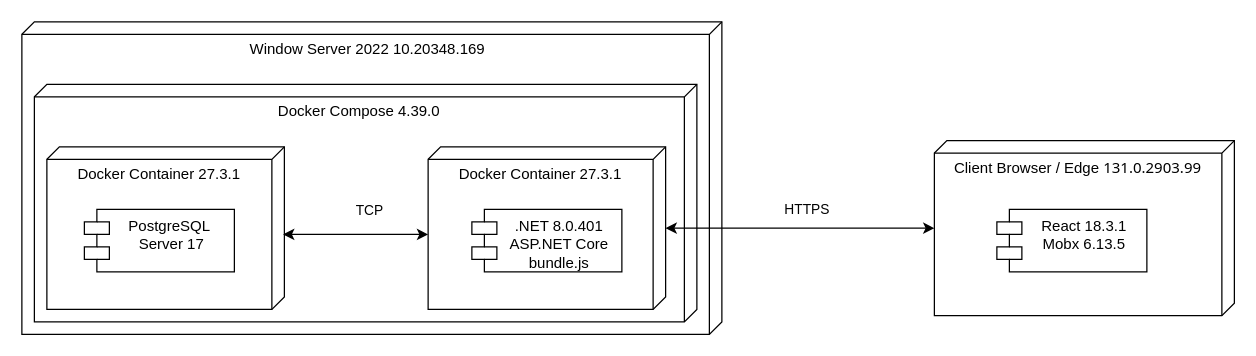
Earlier version of the draw.io diagram DEPLOY.drawio (DioMain/BYTUBE). Source tidied: cells renumbered, new cells numbered last; positions are measured from the earlier drawing's top-left corner, leaving out a move shared by most shapes. Both pictures are drawn from the tidied source at 125%, with x=0, y=0 at pixel (21, 21).
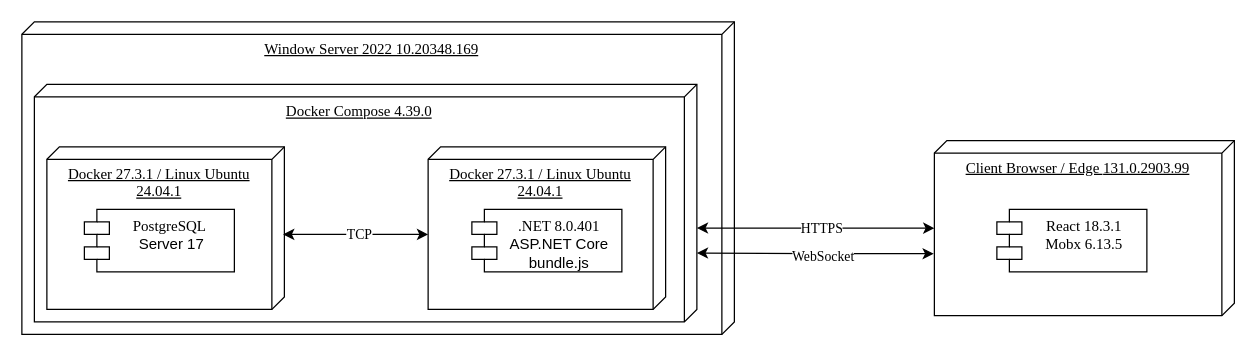
After the change.

Change to the diagram source:
```diff
@@
 <mxGraphModel>
   <root>
     <mxCell id="0" />
     <mxCell id="1" parent="0" />
-    <mxCell id="2" value="&lt;div style=&quot;&quot;&gt;&amp;nbsp;Window Server 2022 10.20348.169&lt;/div&gt;" style="verticalAlign=top;align=center;spacingTop=8;spacingLeft=2;spacingRight=12;shape=cube;size=10;direction=south;fontStyle=0;html=1;whiteSpace=wrap;" parent="1" vertex="1">
-      <mxGeometry width="560" height="250" as="geometry" />
+    <mxCell id="2" value="&lt;div style=&quot;&quot;&gt;&lt;font face=&quot;Times New Roman&quot;&gt;Window Server 2022 10.20348.169&lt;/font&gt;&lt;/div&gt;" style="verticalAlign=top;align=center;spacingTop=8;spacingLeft=2;spacingRight=12;shape=cube;size=10;direction=south;fontStyle=4;html=1;whiteSpace=wrap;" parent="1" vertex="1">
+      <mxGeometry width="570" height="250" as="geometry" />
     </mxCell>
-    <mxCell id="3" value="&lt;div style=&quot;&quot;&gt;Docker Compose 4.39.0&lt;br&gt;&lt;/div&gt;" style="verticalAlign=top;align=center;spacingTop=8;spacingLeft=2;spacingRight=12;shape=cube;size=10;direction=south;fontStyle=0;html=1;whiteSpace=wrap;" parent="1" vertex="1">
+    <mxCell id="3" value="&lt;div style=&quot;&quot;&gt;&lt;font face=&quot;Times New Roman&quot;&gt;Docker Compose 4.39.0&lt;/font&gt;&lt;br&gt;&lt;/div&gt;" style="verticalAlign=top;align=center;spacingTop=8;spacingLeft=2;spacingRight=12;shape=cube;size=10;direction=south;fontStyle=4;html=1;whiteSpace=wrap;" parent="1" vertex="1">
       <mxGeometry x="10" y="50" width="530" height="190" as="geometry" />
     </mxCell>
-    <mxCell id="4" value="&lt;div style=&quot;&quot;&gt;Docker Container 27.3.1&lt;/div&gt;&lt;div style=&quot;&quot;&gt;&lt;br&gt;&lt;/div&gt;" style="verticalAlign=top;align=center;spacingTop=8;spacingLeft=2;spacingRight=12;shape=cube;size=10;direction=south;fontStyle=0;html=1;whiteSpace=wrap;" parent="1" vertex="1">
+    <mxCell id="4" value="&lt;div style=&quot;&quot;&gt;&lt;font face=&quot;Times New Roman&quot;&gt;Docker 27.3.1 / Linux Ubuntu 24.04.1&lt;/font&gt;&lt;/div&gt;&lt;div style=&quot;&quot;&gt;&lt;br&gt;&lt;/div&gt;" style="verticalAlign=top;align=center;spacingTop=8;spacingLeft=2;spacingRight=12;shape=cube;size=10;direction=south;fontStyle=4;html=1;whiteSpace=wrap;" parent="1" vertex="1">
       <mxGeometry x="20" y="100" width="190" height="130" as="geometry" />
     </mxCell>
-    <mxCell id="5" value="PostgreSQL&amp;nbsp;&lt;div&gt;Server 17&lt;/div&gt;" style="shape=module;align=left;spacingLeft=20;align=center;verticalAlign=top;whiteSpace=wrap;html=1;" parent="1" vertex="1">
+    <mxCell id="5" value="&lt;font face=&quot;Times New Roman&quot;&gt;PostgreSQL&amp;nbsp;&lt;/font&gt;&lt;div&gt;&lt;font face=&quot;PsWC1AURi9-9PKMxuaQ1&quot;&gt;Server 17&lt;/font&gt;&lt;/div&gt;" style="shape=module;align=left;spacingLeft=20;align=center;verticalAlign=top;whiteSpace=wrap;html=1;" parent="1" vertex="1">
       <mxGeometry x="50" y="150" width="120" height="50" as="geometry" />
     </mxCell>
-    <mxCell id="6" value="&lt;div style=&quot;&quot;&gt;Docker Container 27.3.1&lt;br&gt;&lt;/div&gt;" style="verticalAlign=top;align=center;spacingTop=8;spacingLeft=2;spacingRight=12;shape=cube;size=10;direction=south;fontStyle=0;html=1;whiteSpace=wrap;" parent="1" vertex="1">
+    <mxCell id="6" value="&lt;div style=&quot;&quot;&gt;&lt;span style=&quot;font-family: &amp;quot;Times New Roman&amp;quot;;&quot;&gt;Docker 27.3.1 / Linux Ubuntu 24.04.1&lt;/span&gt;&lt;br&gt;&lt;/div&gt;" style="verticalAlign=top;align=center;spacingTop=8;spacingLeft=2;spacingRight=12;shape=cube;size=10;direction=south;fontStyle=4;html=1;whiteSpace=wrap;" parent="1" vertex="1">
       <mxGeometry x="325" y="100" width="190" height="130" as="geometry" />
     </mxCell>
-    <mxCell id="7" value=".NET 8.0.401&lt;div&gt;ASP.NET Core&lt;br&gt;bundle.js&lt;br&gt;&lt;/div&gt;" style="shape=module;align=left;spacingLeft=20;align=center;verticalAlign=top;whiteSpace=wrap;html=1;" parent="1" vertex="1">
+    <mxCell id="7" value="&lt;font face=&quot;Times New Roman&quot;&gt;.NET 8.0.401&lt;/font&gt;&lt;div&gt;&lt;font face=&quot;_Fa3z_QzgGxzjxVkz4UR&quot;&gt;ASP.NET Core&lt;br&gt;bundle.js&lt;/font&gt;&lt;br&gt;&lt;/div&gt;" style="shape=module;align=left;spacingLeft=20;align=center;verticalAlign=top;whiteSpace=wrap;html=1;" parent="1" vertex="1">
       <mxGeometry x="360" y="150" width="120" height="50" as="geometry" />
     </mxCell>
-    <mxCell id="8" value="TCP" style="edgeStyle=orthogonalEdgeStyle;rounded=0;jettySize=auto;html=1;exitX=0;exitY=0;exitDx=70;exitDy=190;exitPerimeter=0;startArrow=classic;startFill=1;" parent="1" edge="1" source="6">
-      <mxGeometry x="-0.01" y="-10" relative="1" as="geometry">
+    <mxCell id="8" value="TCP" style="edgeStyle=orthogonalEdgeStyle;rounded=0;jettySize=auto;html=1;exitX=0;exitY=0;exitDx=70;exitDy=190;exitPerimeter=0;startArrow=classic;startFill=1;fontFamily=Times New Roman;" parent="1" edge="1" source="6">
+      <mxGeometry x="-0.06" relative="1" as="geometry">
         <mxPoint x="209" y="170" as="targetPoint" />
-        <mxPoint x="10" y="-10" as="offset" />
       </mxGeometry>
     </mxCell>
-    <mxCell id="9" value="&lt;div style=&quot;&quot;&gt;Client Browser / Edge&amp;nbsp;&lt;span style=&quot;font-family: &amp;quot;system-ui&amp;quot;, sans-serif; text-align: start; background-color: rgb(255, 255, 255);&quot;&gt;131.0.2903.99&lt;/span&gt;&lt;/div&gt;" style="verticalAlign=top;align=center;spacingTop=8;spacingLeft=2;spacingRight=12;shape=cube;size=10;direction=south;fontStyle=0;html=1;whiteSpace=wrap;" parent="1" vertex="1">
+    <mxCell id="9" value="&lt;div style=&quot;&quot;&gt;Client Browser / Edge&amp;nbsp;&lt;span style=&quot;text-align: start; background-color: rgb(255, 255, 255);&quot;&gt;131.0.2903.99&lt;/span&gt;&lt;/div&gt;" style="verticalAlign=top;align=center;spacingTop=8;spacingLeft=2;spacingRight=12;shape=cube;size=10;direction=south;fontStyle=4;html=1;whiteSpace=wrap;fontFamily=Times New Roman;" parent="1" vertex="1">
       <mxGeometry x="730" y="95" width="240" height="140" as="geometry" />
     </mxCell>
-    <mxCell id="10" value="React 18.3.1&lt;div&gt;Mobx 6.13.5&lt;/div&gt;" style="shape=module;align=left;spacingLeft=20;align=center;verticalAlign=top;whiteSpace=wrap;html=1;" parent="1" vertex="1">
+    <mxCell id="10" value="React 18.3.1&lt;div&gt;Mobx 6.13.5&lt;/div&gt;" style="shape=module;align=left;spacingLeft=20;align=center;verticalAlign=top;whiteSpace=wrap;html=1;fontFamily=Times New Roman;" parent="1" vertex="1">
       <mxGeometry x="780" y="150" width="120" height="50" as="geometry" />
     </mxCell>
-    <mxCell id="11" value="HTTPS" style="edgeStyle=orthogonalEdgeStyle;shape=connector;rounded=0;jettySize=auto;html=1;strokeColor=default;align=center;verticalAlign=middle;fontFamily=Helvetica;fontSize=11;fontColor=default;labelBackgroundColor=default;startArrow=classic;startFill=1;endArrow=classic;" parent="1" edge="1" source="6" target="9">
-      <mxGeometry x="0.05" y="15" relative="1" as="geometry" />
+    <mxCell id="11" value="HTTPS" style="edgeStyle=orthogonalEdgeStyle;shape=connector;rounded=0;jettySize=auto;html=1;strokeColor=default;align=center;verticalAlign=middle;fontFamily=Times New Roman;fontSize=11;fontColor=default;labelBackgroundColor=default;startArrow=classic;startFill=1;endArrow=classic;exitX=0.605;exitY=0;exitDx=0;exitDy=0;exitPerimeter=0;" parent="1" edge="1" source="3" target="9">
+      <mxGeometry x="0.05" relative="1" as="geometry" />
     </mxCell>
+    <mxCell id="12" style="edgeStyle=orthogonalEdgeStyle;shape=connector;rounded=0;jettySize=auto;html=1;exitX=0.646;exitY=1.002;exitDx=0;exitDy=0;exitPerimeter=0;entryX=0.71;entryY=0;entryDx=0;entryDy=0;entryPerimeter=0;strokeColor=default;align=center;verticalAlign=middle;fontFamily=Helvetica;fontSize=11;fontColor=default;labelBackgroundColor=default;startArrow=classic;startFill=1;endArrow=classic;" parent="1" edge="1" source="9" target="3">
+      <mxGeometry relative="1" as="geometry" />
+    </mxCell>
+    <mxCell id="13" value="WebSocket" style="edgeLabel;html=1;align=center;verticalAlign=middle;fontFamily=Times New Roman;fontSize=11;fontColor=default;labelBackgroundColor=default;" parent="12" vertex="1">
+      <mxGeometry x="-0.06" y="2" relative="1" as="geometry" />
+    </mxCell>
   </root>
 </mxGraphModel>
```
